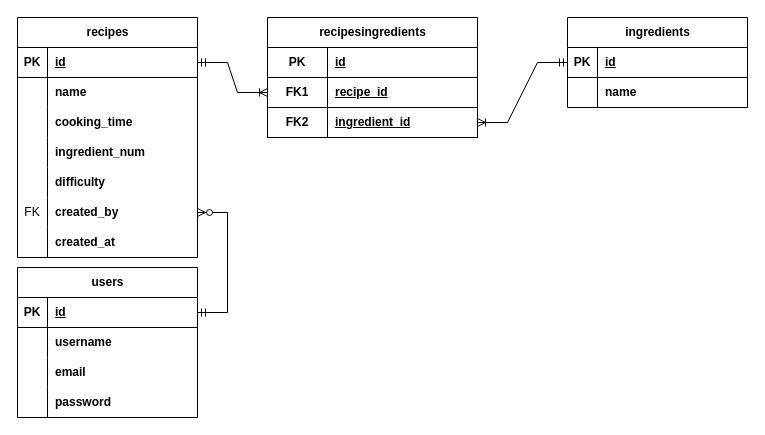
Before: Achievement_02/Exercise02_3/ex02_3.drawio in AndersonTsaiTW/CF_Python_Course, a draw.io diagram. Source tidied: cells renumbered, new cells numbered last; positions are measured from the earlier drawing's top-left corner, leaving out a move shared by most shapes. Both pictures are drawn from the tidied source at 100%, with x=0, y=0 at pixel (17, 17).
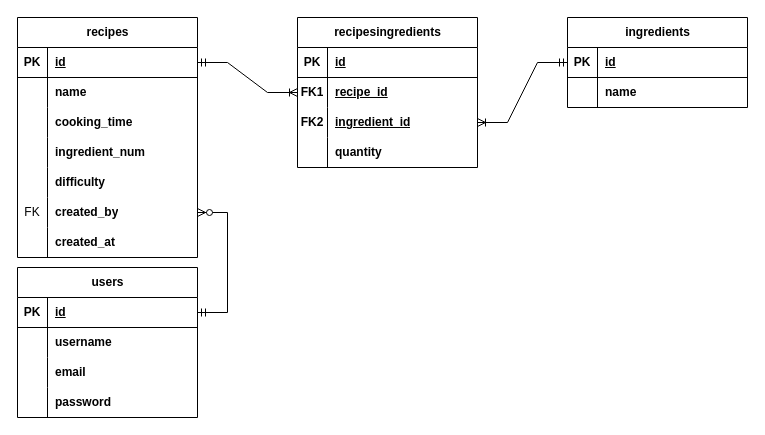
The same diagram, later.

The change refers to these unchanged cells:
```xml
<mxCell id="13" style="shape=tableRow;horizontal=0;startSize=0;swimlaneHead=0;swimlaneBody=0;fillColor=none;points=[[0,0.5],[1,0.5]];portConstraint=eastwest;top=0;left=0;right=0;bottom=1;" parent="12" vertex="1">
  <mxGeometry y="30" width="180" height="30" as="geometry" />
</mxCell>
<mxCell id="35" style="shape=tableRow;horizontal=0;startSize=0;swimlaneHead=0;swimlaneBody=0;fillColor=none;points=[[0,0.5],[1,0.5]];portConstraint=eastwest;top=0;left=0;right=0;bottom=1;" parent="34" vertex="1">
  <mxGeometry y="30" width="180" height="30" as="geometry" />
</mxCell>
```

Change to the diagram source:
```diff
@@
-    <mxCell id="2" value="recipesingredients" style="shape=table;startSize=30;childLayout=tableLayout;rowLines=0;fontStyle=1;align=center;html=1;" parent="1" vertex="1">
-      <mxGeometry x="250" width="210" height="120" as="geometry" />
-    </mxCell>
-    <mxCell id="3" style="shape=tableRow;horizontal=0;startSize=0;swimlaneHead=0;swimlaneBody=0;fillColor=none;top=0;left=0;right=0;bottom=1;" parent="2" vertex="1">
-      <mxGeometry y="30" width="210" height="30" as="geometry" />
-    </mxCell>
-    <mxCell id="4" value="PK" style="shape=partialRectangle;fillColor=none;top=0;left=0;bottom=0;right=0;fontStyle=1;overflow=hidden;whiteSpace=wrap;html=1;" parent="3" vertex="1">
-      <mxGeometry width="60" height="30" as="geometry" />
-    </mxCell>
-    <mxCell id="5" value="id" style="shape=partialRectangle;fillColor=none;top=0;left=0;bottom=0;right=0;align=left;spacingLeft=6;fontStyle=5;overflow=hidden;whiteSpace=wrap;html=1;" parent="3" vertex="1">
-      <mxGeometry x="60" width="150" height="30" as="geometry" />
-    </mxCell>
-    <mxCell id="6" style="shape=tableRow;horizontal=0;startSize=0;swimlaneHead=0;swimlaneBody=0;fillColor=none;points=[[0,0.5],[1,0.5]];portConstraint=eastwest;top=0;left=0;right=0;bottom=1;" parent="2" vertex="1">
-      <mxGeometry y="60" width="210" height="30" as="geometry" />
-    </mxCell>
-    <mxCell id="7" value="FK1" style="shape=partialRectangle;fillColor=none;top=0;left=0;bottom=0;right=0;fontStyle=1;overflow=hidden;whiteSpace=wrap;html=1;" parent="6" vertex="1">
-      <mxGeometry width="60" height="30" as="geometry" />
-    </mxCell>
-    <mxCell id="8" value="recipe_id" style="shape=partialRectangle;fillColor=none;top=0;left=0;bottom=0;right=0;align=left;spacingLeft=6;fontStyle=5;overflow=hidden;whiteSpace=wrap;html=1;" parent="6" vertex="1">
-      <mxGeometry x="60" width="150" height="30" as="geometry" />
-    </mxCell>
-    <mxCell id="9" style="shape=tableRow;horizontal=0;startSize=0;swimlaneHead=0;swimlaneBody=0;fillColor=none;points=[[0,0.5],[1,0.5]];portConstraint=eastwest;top=0;left=0;right=0;bottom=1;" parent="2" vertex="1">
-      <mxGeometry y="90" width="210" height="30" as="geometry" />
-    </mxCell>
-    <mxCell id="10" value="FK2" style="shape=partialRectangle;fillColor=none;top=0;left=0;bottom=0;right=0;fontStyle=1;overflow=hidden;whiteSpace=wrap;html=1;" parent="9" vertex="1">
-      <mxGeometry width="60" height="30" as="geometry" />
-    </mxCell>
-    <mxCell id="11" value="ingredient_id" style="shape=partialRectangle;fillColor=none;top=0;left=0;bottom=0;right=0;align=left;spacingLeft=6;fontStyle=5;overflow=hidden;whiteSpace=wrap;html=1;" parent="9" vertex="1">
-      <mxGeometry x="60" width="150" height="30" as="geometry" />
-    </mxCell>
@@
-    <mxCell id="41" style="edgeStyle=entityRelationEdgeStyle;fontSize=12;html=1;endArrow=ERoneToMany;startArrow=ERmandOne;rounded=0;exitX=1;exitY=0.5;exitDx=0;exitDy=0;entryX=0;entryY=0.5;entryDx=0;entryDy=0;flowAnimation=0;shadow=0;curved=0;" parent="1" edge="1" source="13" target="6">
+    <mxCell id="41" style="edgeStyle=entityRelationEdgeStyle;fontSize=12;html=1;endArrow=ERoneToMany;startArrow=ERmandOne;rounded=0;exitX=1;exitY=0.5;exitDx=0;exitDy=0;entryX=0;entryY=0.5;entryDx=0;entryDy=0;flowAnimation=0;shadow=0;curved=0;" parent="1" edge="1" source="13" target="58">
       <mxGeometry relative="1" as="geometry">
         <Array as="points">
           <mxPoint x="980" y="125" />
           <mxPoint x="920" y="105" />
           <mxPoint x="970" y="45" />
           <mxPoint x="1070" y="5" />
         </Array>
       </mxGeometry>
     </mxCell>
-    <mxCell id="42" style="edgeStyle=entityRelationEdgeStyle;fontSize=12;html=1;endArrow=ERoneToMany;startArrow=ERmandOne;rounded=0;entryX=1;entryY=0.5;entryDx=0;entryDy=0;flowAnimation=0;shadow=0;curved=0;exitX=0;exitY=0.5;exitDx=0;exitDy=0;" parent="1" edge="1" source="35" target="9">
+    <mxCell id="42" style="edgeStyle=entityRelationEdgeStyle;fontSize=12;html=1;endArrow=ERoneToMany;startArrow=ERmandOne;rounded=0;entryX=1;entryY=0.5;entryDx=0;entryDy=0;flowAnimation=0;shadow=0;curved=0;exitX=0;exitY=0.5;exitDx=0;exitDy=0;" parent="1" edge="1" source="35" target="59">
       <mxGeometry relative="1" as="geometry">
         <Array as="points">
           <mxPoint x="1060" y="150" />
           <mxPoint x="1000" y="130" />
           <mxPoint x="1050" y="70" />
           <mxPoint x="1150" y="30" />
         </Array>
       </mxGeometry>
     </mxCell>
@@
+    <mxCell id="2" value="recipesingredients" style="shape=table;startSize=30;childLayout=tableLayout;rowLines=0;fontStyle=1;align=center;html=1;rounded=0;" parent="1" vertex="1">
+      <mxGeometry x="280" width="180" height="150" as="geometry" />
+    </mxCell>
+    <mxCell id="57" style="shape=tableRow;horizontal=0;startSize=0;swimlaneHead=0;swimlaneBody=0;fillColor=none;top=0;left=0;right=0;bottom=1;" parent="2" vertex="1">
+      <mxGeometry y="30" width="180" height="30" as="geometry" />
+    </mxCell>
+    <mxCell id="4" value="PK" style="shape=partialRectangle;fillColor=none;top=0;left=0;bottom=0;right=0;fontStyle=1;overflow=hidden;whiteSpace=wrap;html=1;" parent="57" vertex="1">
+      <mxGeometry width="30" height="30" as="geometry" />
+    </mxCell>
+    <mxCell id="5" value="id" style="shape=partialRectangle;fillColor=none;top=0;left=0;bottom=0;right=0;align=left;spacingLeft=6;fontStyle=5;overflow=hidden;whiteSpace=wrap;html=1;" parent="57" vertex="1">
+      <mxGeometry x="30" width="150" height="30" as="geometry" />
+    </mxCell>
+    <mxCell id="58" style="shape=tableRow;horizontal=0;startSize=0;swimlaneHead=0;swimlaneBody=0;fillColor=none;points=[[0,0.5],[1,0.5]];portConstraint=eastwest;top=0;left=0;right=0;bottom=0;" parent="2" vertex="1">
+      <mxGeometry y="60" width="180" height="30" as="geometry" />
+    </mxCell>
+    <mxCell id="7" value="&lt;span style=&quot;font-weight: 700;&quot;&gt;FK1&lt;/span&gt;" style="shape=partialRectangle;fillColor=none;top=0;left=0;bottom=0;right=0;overflow=hidden;whiteSpace=wrap;html=1;" parent="58" vertex="1">
+      <mxGeometry width="30" height="30" as="geometry" />
+    </mxCell>
+    <mxCell id="8" value="&lt;span style=&quot;text-decoration-line: underline;&quot;&gt;recipe_id&lt;/span&gt;" style="shape=partialRectangle;fillColor=none;top=0;left=0;bottom=0;right=0;align=left;spacingLeft=6;overflow=hidden;whiteSpace=wrap;html=1;fontStyle=1;" parent="58" vertex="1">
+      <mxGeometry x="30" width="150" height="30" as="geometry" />
+    </mxCell>
+    <mxCell id="59" style="shape=tableRow;horizontal=0;startSize=0;swimlaneHead=0;swimlaneBody=0;fillColor=none;points=[[0,0.5],[1,0.5]];portConstraint=eastwest;top=0;left=0;right=0;bottom=0;" parent="2" vertex="1">
+      <mxGeometry y="90" width="180" height="30" as="geometry" />
+    </mxCell>
+    <mxCell id="10" value="&lt;span style=&quot;font-weight: 700;&quot;&gt;FK2&lt;/span&gt;" style="shape=partialRectangle;fillColor=none;top=0;left=0;bottom=0;right=0;overflow=hidden;whiteSpace=wrap;html=1;" parent="59" vertex="1">
+      <mxGeometry width="30" height="30" as="geometry" />
+    </mxCell>
+    <mxCell id="11" value="&lt;span style=&quot;text-decoration-line: underline;&quot;&gt;ingredient_id&lt;/span&gt;" style="shape=partialRectangle;fillColor=none;top=0;left=0;bottom=0;right=0;align=left;spacingLeft=6;overflow=hidden;whiteSpace=wrap;html=1;fontStyle=1;" parent="59" vertex="1">
+      <mxGeometry x="30" width="150" height="30" as="geometry" />
+    </mxCell>
+    <mxCell id="60" style="shape=tableRow;horizontal=0;startSize=0;swimlaneHead=0;swimlaneBody=0;fillColor=none;top=0;left=0;right=0;bottom=0;" parent="2" vertex="1">
+      <mxGeometry y="120" width="180" height="30" as="geometry" />
+    </mxCell>
+    <mxCell id="61" style="shape=partialRectangle;fillColor=none;top=0;left=0;bottom=0;right=0;overflow=hidden;whiteSpace=wrap;html=1;" parent="60" vertex="1">
+      <mxGeometry width="30" height="30" as="geometry" />
+    </mxCell>
+    <mxCell id="62" value="&lt;b&gt;quantity&lt;/b&gt;" style="shape=partialRectangle;fillColor=none;top=0;left=0;bottom=0;right=0;align=left;spacingLeft=6;overflow=hidden;whiteSpace=wrap;html=1;" parent="60" vertex="1">
+      <mxGeometry x="30" width="150" height="30" as="geometry" />
+    </mxCell>
```
